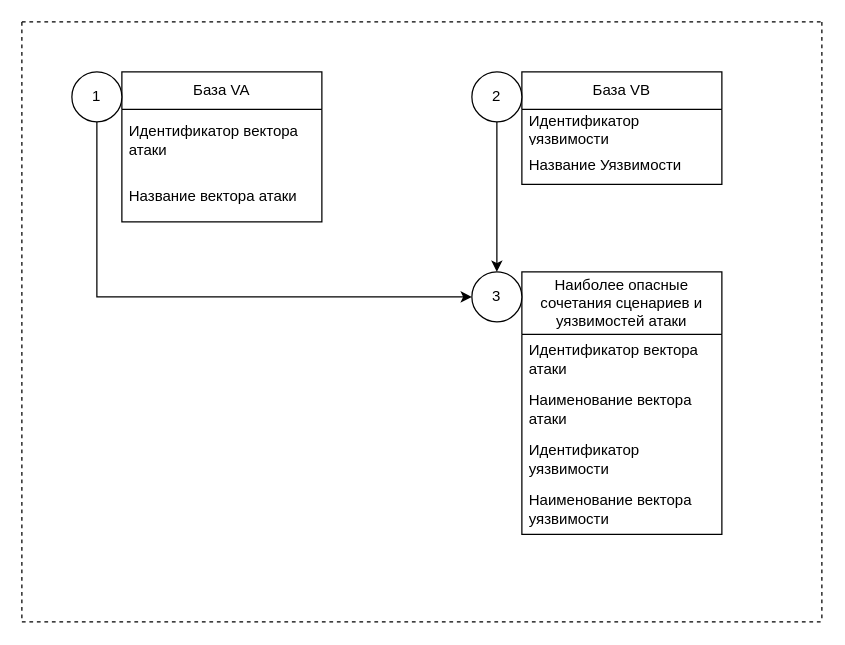
This is (Старая схема ОПЗ) Входные данные.drawio from SmirnovBogdan8/Diplom, a draw.io file, before an edit. Source tidied: cells renumbered, new cells numbered last; positions are measured from the earlier drawing's top-left corner, leaving out a move shared by most shapes. Both pictures are drawn from the tidied source at 125%, with x=0, y=0 at pixel (21, 21).
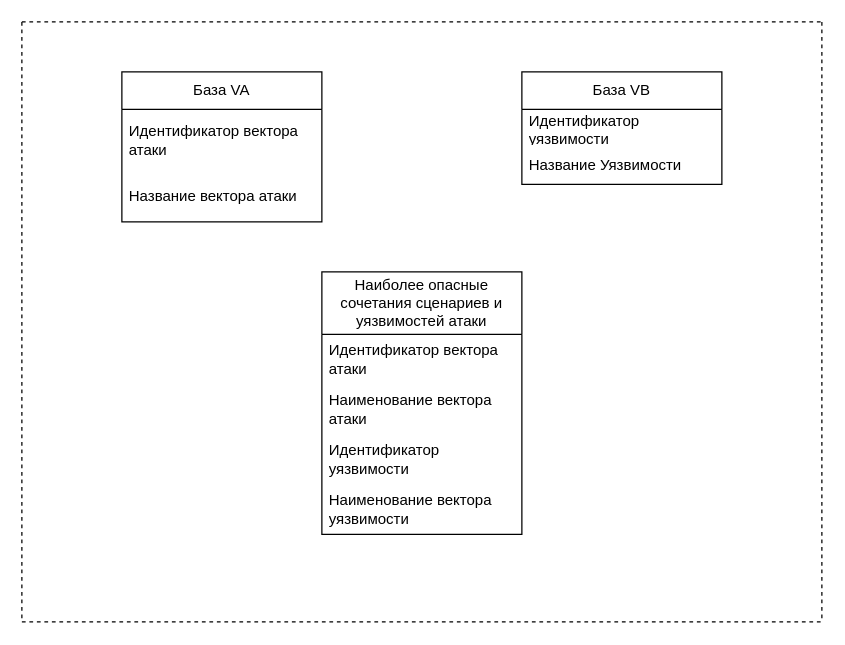
The same page after the edit.

The edit, as a diff of the source:
```diff
@@
     <mxCell id="12" value="Наиболее опасные сочетания сценариев и уязвимостей атаки" style="swimlane;fontStyle=0;horizontal=1;startSize=50;whiteSpace=wrap;html=1;" parent="1" vertex="1">
-      <mxGeometry x="400" y="200" width="160" height="210" as="geometry" />
+      <mxGeometry x="240" y="200" width="160" height="210" as="geometry" />
     </mxCell>
@@
-    <mxCell id="17" style="edgeStyle=orthogonalEdgeStyle;rounded=0;jettySize=auto;html=1;entryX=0;entryY=0.5;entryDx=0;entryDy=0;" parent="1" edge="1" source="18" target="21">
-      <mxGeometry relative="1" as="geometry">
-        <Array as="points">
-          <mxPoint x="60" y="220" />
-        </Array>
-      </mxGeometry>
-    </mxCell>
-    <mxCell id="18" value="1" style="ellipse;whiteSpace=wrap;html=1;" parent="1" vertex="1">
-      <mxGeometry x="40" y="40" width="40" height="40" as="geometry" />
-    </mxCell>
-    <mxCell id="19" style="edgeStyle=orthogonalEdgeStyle;rounded=0;jettySize=auto;html=1;entryX=0.5;entryY=0;entryDx=0;entryDy=0;" parent="1" edge="1" source="20" target="21">
-      <mxGeometry relative="1" as="geometry" />
-    </mxCell>
-    <mxCell id="20" value="2" style="ellipse;whiteSpace=wrap;html=1;" parent="1" vertex="1">
-      <mxGeometry x="360" y="40" width="40" height="40" as="geometry" />
-    </mxCell>
-    <mxCell id="21" value="3" style="ellipse;whiteSpace=wrap;html=1;" parent="1" vertex="1">
-      <mxGeometry x="360" y="200" width="40" height="40" as="geometry" />
-    </mxCell>
```
